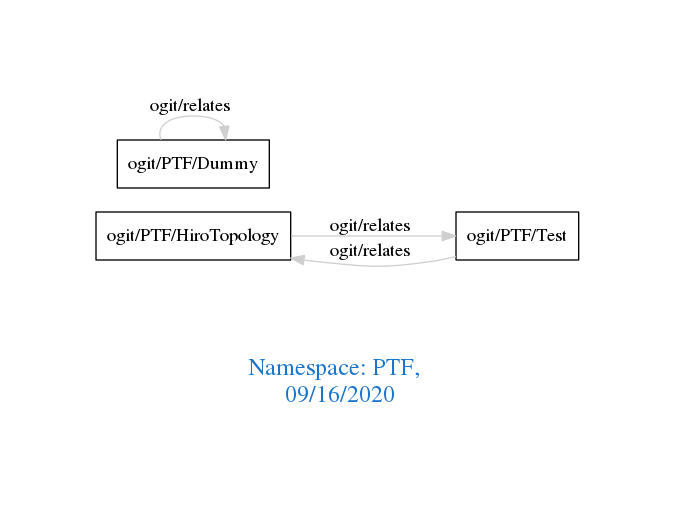
This is downloads/PTF.png from arago/OGIT, a Graphviz export, as it was before one commit. Its source is kept beside it as downloads/PTF.dot.
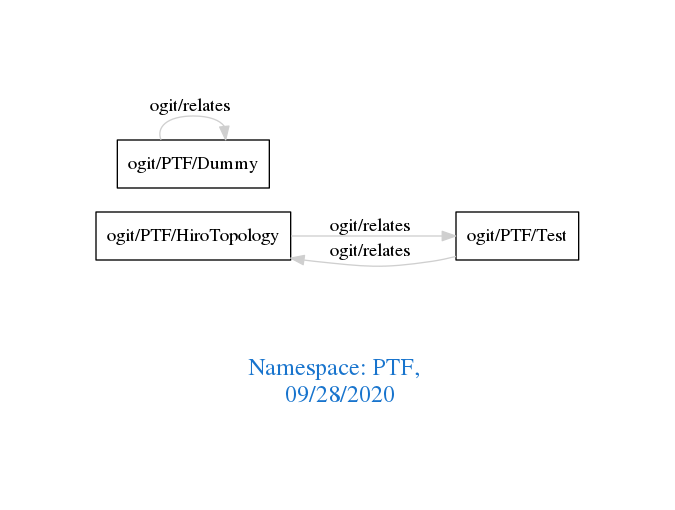
After the commit.

Change to the diagram source:
```diff
@@ -1,7 +1,7 @@
 digraph OGIT_ontology {
  graph [ rankdir= LR,pad=1
 fontsize = 18,
-fontcolor= dodgerblue3,label = "\n\n\nNamespace: PTF, \n 09/16/2020"];
+fontcolor= dodgerblue3,label = "\n\n\nNamespace: PTF, \n 09/28/2020"];
 node[shape=polygon];
 edge [  color="gray81"];
 
```
